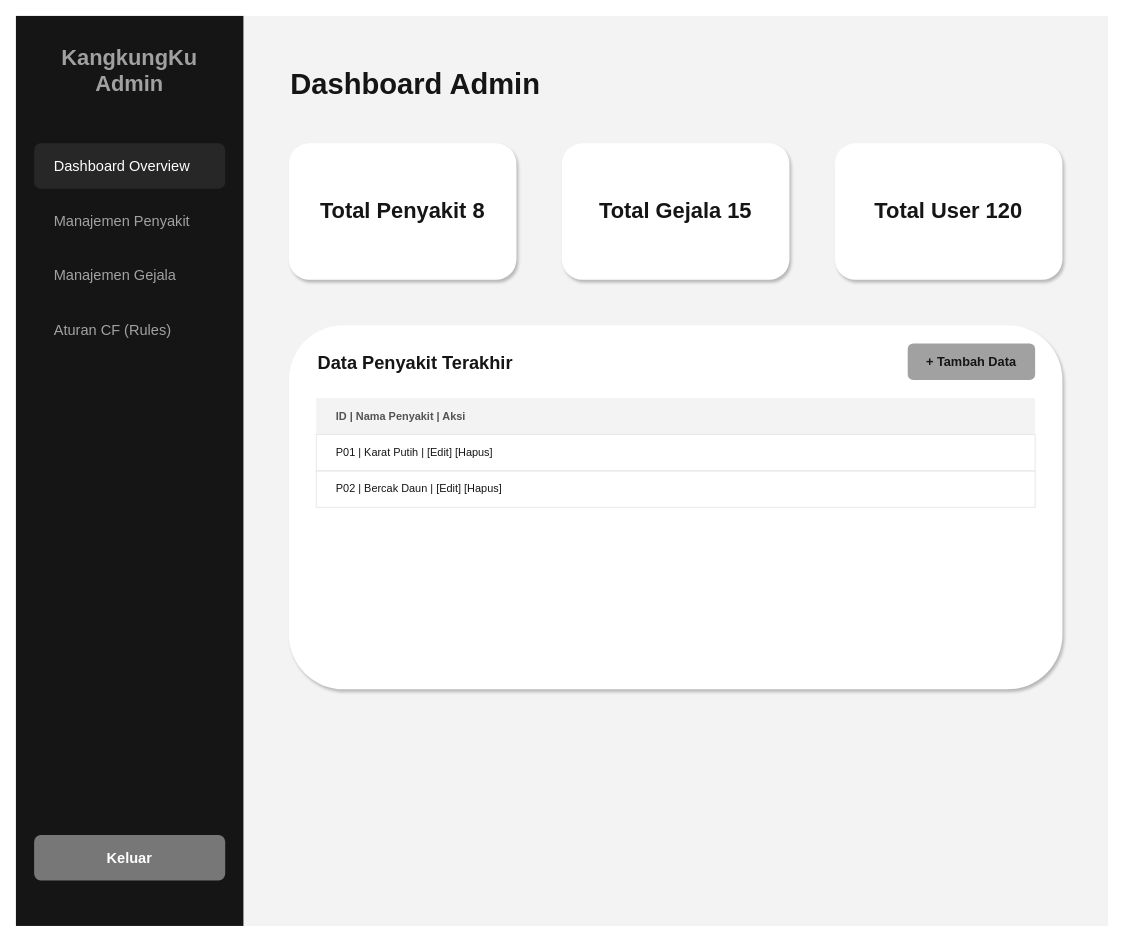
This is diagram/desain_backup/admin_dashboard.drawio from RajaSunrise/kangkungku, a draw.io file, before an edit. Source tidied: cells renumbered, new cells numbered last; positions are measured from the earlier drawing's top-left corner, leaving out a move shared by most shapes. Both pictures are drawn from the tidied source at 91%, with x=0, y=0 at pixel (15, 15).
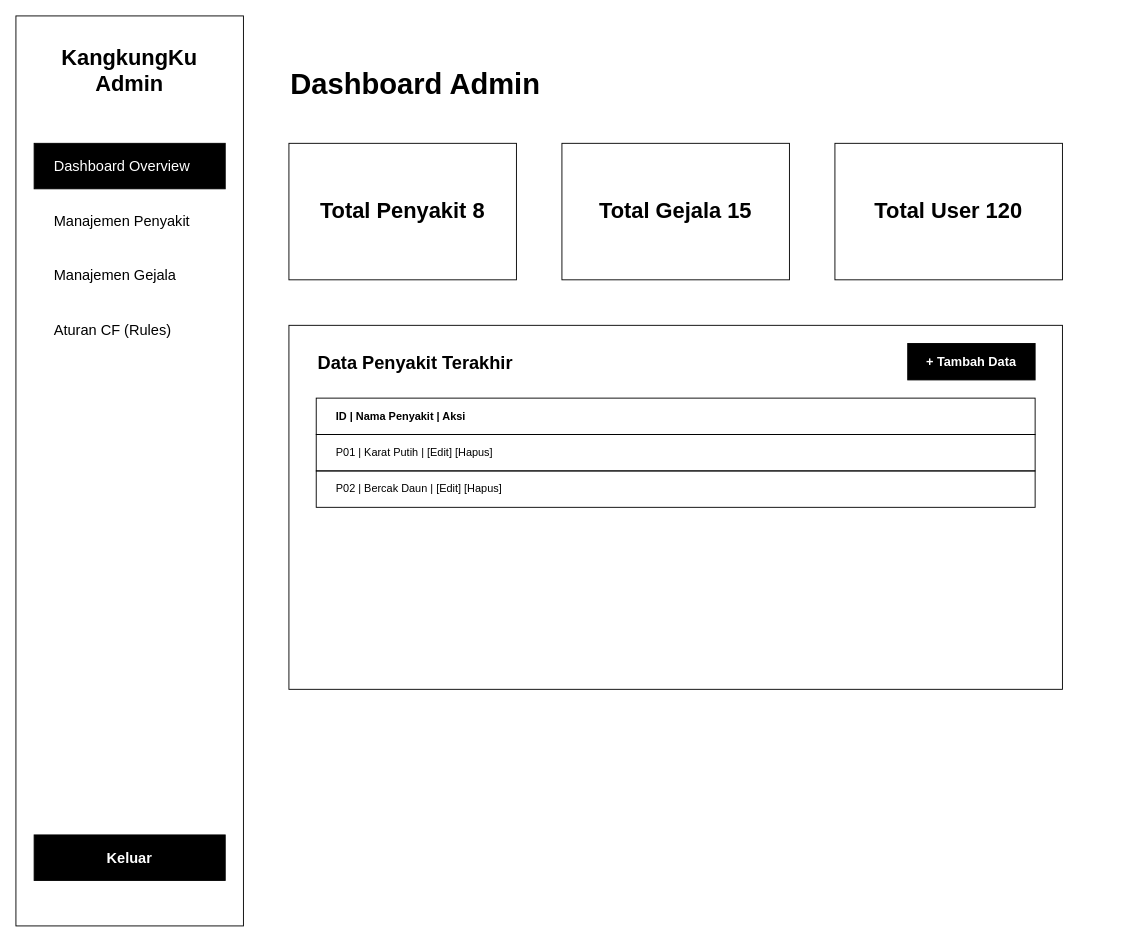
Above is the later version.

The edit, as a diff of the source:
```diff
@@
 <mxGraphModel>
   <root>
     <mxCell id="0" />
     <mxCell id="1" parent="0" />
-    <mxCell id="2" style="rounded=0;whiteSpace=wrap;html=1;fillColor=#F3F3F3;strokeColor=none;" parent="1" vertex="1">
+    <mxCell id="2" style="rounded=0;whiteSpace=wrap;html=1;fillColor=#FFFFFF;strokeColor=none;" parent="1" vertex="1">
       <mxGeometry width="1200" height="1000" as="geometry" />
     </mxCell>
-    <mxCell id="3" style="rounded=0;whiteSpace=wrap;html=1;fillColor=#151515;strokeColor=none;" parent="1" vertex="1">
+    <mxCell id="3" style="rounded=0;whiteSpace=wrap;html=1;fillColor=#FFFFFF;strokeColor=#000000;" parent="1" vertex="1">
       <mxGeometry width="250" height="1000" as="geometry" />
     </mxCell>
-    <mxCell id="4" value="KangkungKu Admin" style="text;html=1;strokeColor=none;fillColor=none;align=center;verticalAlign=middle;whiteSpace=wrap;rounded=0;fontColor=#A1A1A1;fontSize=24;fontStyle=1;" parent="1" vertex="1">
+    <mxCell id="4" value="KangkungKu Admin" style="text;html=1;strokeColor=none;fillColor=none;align=center;verticalAlign=middle;whiteSpace=wrap;rounded=0;fontColor=#000000;fontSize=24;fontStyle=1;" parent="1" vertex="1">
       <mxGeometry x="25" y="30" width="200" height="60" as="geometry" />
     </mxCell>
-    <mxCell id="5" value="Dashboard Overview" style="rounded=1;whiteSpace=wrap;html=1;fillColor=#272727;strokeColor=none;fontColor=#FFFFFF;align=left;spacingLeft=20;fontSize=16;" parent="1" vertex="1">
+    <mxCell id="5" value="Dashboard Overview" style="rounded=0;whiteSpace=wrap;html=1;fillColor=#000000;strokeColor=#000000;fontColor=#FFFFFF;align=left;spacingLeft=20;fontSize=16;" parent="1" vertex="1">
       <mxGeometry x="20" y="140" width="210" height="50" as="geometry" />
     </mxCell>
-    <mxCell id="6" value="Manajemen Penyakit" style="rounded=1;whiteSpace=wrap;html=1;fillColor=none;strokeColor=none;fontColor=#A2A2A2;align=left;spacingLeft=20;fontSize=16;" parent="1" vertex="1">
+    <mxCell id="6" value="Manajemen Penyakit" style="rounded=0;whiteSpace=wrap;html=1;fillColor=none;strokeColor=none;fontColor=#000000;align=left;spacingLeft=20;fontSize=16;" parent="1" vertex="1">
       <mxGeometry x="20" y="200" width="210" height="50" as="geometry" />
     </mxCell>
-    <mxCell id="7" value="Manajemen Gejala" style="rounded=1;whiteSpace=wrap;html=1;fillColor=none;strokeColor=none;fontColor=#A2A2A2;align=left;spacingLeft=20;fontSize=16;" parent="1" vertex="1">
+    <mxCell id="7" value="Manajemen Gejala" style="rounded=0;whiteSpace=wrap;html=1;fillColor=none;strokeColor=none;fontColor=#000000;align=left;spacingLeft=20;fontSize=16;" parent="1" vertex="1">
       <mxGeometry x="20" y="260" width="210" height="50" as="geometry" />
     </mxCell>
-    <mxCell id="8" value="Aturan CF (Rules)" style="rounded=1;whiteSpace=wrap;html=1;fillColor=none;strokeColor=none;fontColor=#A2A2A2;align=left;spacingLeft=20;fontSize=16;" parent="1" vertex="1">
+    <mxCell id="8" value="Aturan CF (Rules)" style="rounded=0;whiteSpace=wrap;html=1;fillColor=none;strokeColor=none;fontColor=#000000;align=left;spacingLeft=20;fontSize=16;" parent="1" vertex="1">
       <mxGeometry x="20" y="320" width="210" height="50" as="geometry" />
     </mxCell>
-    <mxCell id="9" value="Keluar" style="rounded=1;whiteSpace=wrap;html=1;fillColor=#777777;strokeColor=none;fontColor=#FFFFFF;align=center;fontSize=16;fontStyle=1;" parent="1" vertex="1">
+    <mxCell id="9" value="Keluar" style="rounded=0;whiteSpace=wrap;html=1;fillColor=#000000;strokeColor=#000000;fontColor=#FFFFFF;align=center;fontSize=16;fontStyle=1;" parent="1" vertex="1">
       <mxGeometry x="20" y="900" width="210" height="50" as="geometry" />
     </mxCell>
-    <mxCell id="10" value="Dashboard Admin" style="text;html=1;strokeColor=none;fillColor=none;align=left;verticalAlign=middle;whiteSpace=wrap;rounded=0;fontColor=#151515;fontSize=32;fontStyle=1;" parent="1" vertex="1">
+    <mxCell id="10" value="Dashboard Admin" style="text;html=1;strokeColor=none;fillColor=none;align=left;verticalAlign=middle;whiteSpace=wrap;rounded=0;fontColor=#000000;fontSize=32;fontStyle=1;" parent="1" vertex="1">
       <mxGeometry x="300" y="50" width="400" height="50" as="geometry" />
     </mxCell>
-    <mxCell id="11" value="Total Penyakit  8" style="rounded=1;whiteSpace=wrap;html=1;fillColor=#FFFFFF;strokeColor=none;shadow=1;fontColor=#151515;fontSize=24;fontStyle=1;align=center;" parent="1" vertex="1">
+    <mxCell id="11" value="Total Penyakit  8" style="rounded=0;whiteSpace=wrap;html=1;fillColor=#FFFFFF;strokeColor=#000000;fontColor=#000000;fontSize=24;fontStyle=1;align=center;" parent="1" vertex="1">
       <mxGeometry x="300" y="140" width="250" height="150" as="geometry" />
     </mxCell>
-    <mxCell id="12" value="Total Gejala  15" style="rounded=1;whiteSpace=wrap;html=1;fillColor=#FFFFFF;strokeColor=none;shadow=1;fontColor=#151515;fontSize=24;fontStyle=1;align=center;" parent="1" vertex="1">
+    <mxCell id="12" value="Total Gejala  15" style="rounded=0;whiteSpace=wrap;html=1;fillColor=#FFFFFF;strokeColor=#000000;fontColor=#000000;fontSize=24;fontStyle=1;align=center;" parent="1" vertex="1">
       <mxGeometry x="600" y="140" width="250" height="150" as="geometry" />
     </mxCell>
-    <mxCell id="13" value="Total User  120" style="rounded=1;whiteSpace=wrap;html=1;fillColor=#FFFFFF;strokeColor=none;shadow=1;fontColor=#151515;fontSize=24;fontStyle=1;align=center;" parent="1" vertex="1">
+    <mxCell id="13" value="Total User  120" style="rounded=0;whiteSpace=wrap;html=1;fillColor=#FFFFFF;strokeColor=#000000;fontColor=#000000;fontSize=24;fontStyle=1;align=center;" parent="1" vertex="1">
       <mxGeometry x="900" y="140" width="250" height="150" as="geometry" />
     </mxCell>
-    <mxCell id="14" style="rounded=1;whiteSpace=wrap;html=1;fillColor=#FFFFFF;strokeColor=none;shadow=1;" parent="1" vertex="1">
+    <mxCell id="14" style="rounded=0;whiteSpace=wrap;html=1;fillColor=#FFFFFF;strokeColor=#000000;" parent="1" vertex="1">
       <mxGeometry x="300" y="340" width="850" height="400" as="geometry" />
     </mxCell>
-    <mxCell id="15" value="Data Penyakit Terakhir" style="text;html=1;strokeColor=none;fillColor=none;align=left;verticalAlign=middle;whiteSpace=wrap;rounded=0;fontColor=#151515;fontSize=20;fontStyle=1;" parent="1" vertex="1">
+    <mxCell id="15" value="Data Penyakit Terakhir" style="text;html=1;strokeColor=none;fillColor=none;align=left;verticalAlign=middle;whiteSpace=wrap;rounded=0;fontColor=#000000;fontSize=20;fontStyle=1;" parent="1" vertex="1">
       <mxGeometry x="330" y="360" width="300" height="40" as="geometry" />
     </mxCell>
-    <mxCell id="16" value="+ Tambah Data" style="rounded=1;whiteSpace=wrap;html=1;fillColor=#A1A1A1;strokeColor=none;fontColor=#151515;fontStyle=1;fontSize=14;" parent="1" vertex="1">
+    <mxCell id="16" value="+ Tambah Data" style="rounded=0;whiteSpace=wrap;html=1;fillColor=#000000;strokeColor=#000000;fontColor=#FFFFFF;fontStyle=1;fontSize=14;" parent="1" vertex="1">
       <mxGeometry x="980" y="360" width="140" height="40" as="geometry" />
     </mxCell>
-    <mxCell id="17" value="ID   |   Nama Penyakit   |   Aksi" style="rounded=0;whiteSpace=wrap;html=1;fillColor=#F3F3F3;strokeColor=none;fontColor=#535353;align=left;spacingLeft=20;fontStyle=1;" parent="1" vertex="1">
+    <mxCell id="17" value="ID   |   Nama Penyakit   |   Aksi" style="rounded=0;whiteSpace=wrap;html=1;fillColor=#FFFFFF;strokeColor=#000000;fontColor=#000000;align=left;spacingLeft=20;fontStyle=1;" parent="1" vertex="1">
       <mxGeometry x="330" y="420" width="790" height="40" as="geometry" />
     </mxCell>
-    <mxCell id="18" value="P01  |  Karat Putih      |  [Edit] [Hapus]" style="rounded=0;whiteSpace=wrap;html=1;fillColor=none;strokeColor=#E6E6E6;fontColor=#151515;align=left;spacingLeft=20;" parent="1" vertex="1">
+    <mxCell id="18" value="P01  |  Karat Putih      |  [Edit] [Hapus]" style="rounded=0;whiteSpace=wrap;html=1;fillColor=none;strokeColor=#000000;fontColor=#000000;align=left;spacingLeft=20;" parent="1" vertex="1">
       <mxGeometry x="330" y="460" width="790" height="40" as="geometry" />
     </mxCell>
-    <mxCell id="19" value="P02  |  Bercak Daun      |  [Edit] [Hapus]" style="rounded=0;whiteSpace=wrap;html=1;fillColor=none;strokeColor=#E6E6E6;fontColor=#151515;align=left;spacingLeft=20;" parent="1" vertex="1">
+    <mxCell id="19" value="P02  |  Bercak Daun      |  [Edit] [Hapus]" style="rounded=0;whiteSpace=wrap;html=1;fillColor=none;strokeColor=#000000;fontColor=#000000;align=left;spacingLeft=20;" parent="1" vertex="1">
       <mxGeometry x="330" y="500" width="790" height="40" as="geometry" />
     </mxCell>
   </root>
 </mxGraphModel>
```
